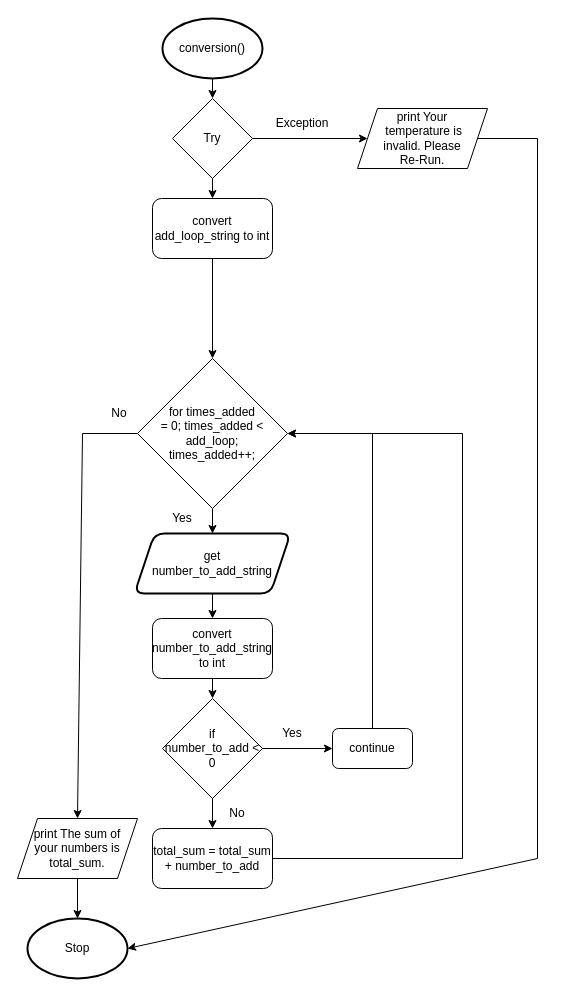
Above: drawio/flowchart.drawio in Aidan-Lalonde-Novales/ICS3U-Unit5-01-Python (draw.io), before the change. Source tidied: cells renumbered, new cells numbered last; positions are measured from the earlier drawing's top-left corner, leaving out a move shared by most shapes. Both pictures are drawn from the tidied source at 100%, with x=0, y=0 at pixel (17, 18).
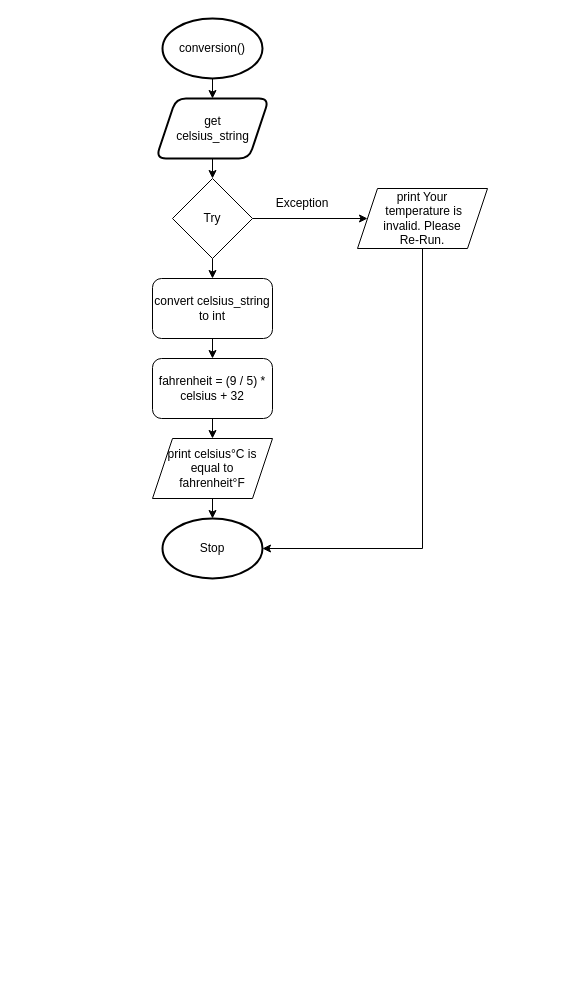
After the change.

Commit message (it also covers changes not shown here):
dope 70 billion

Unchanged cells that the change refers to:
```xml
<mxCell id="3" value="conversion()" style="strokeWidth=2;html=1;shape=mxgraph.flowchart.start_1;whiteSpace=wrap;" parent="1" vertex="1">
  <mxGeometry x="145" width="100" height="60" as="geometry" />
</mxCell>
```

Diff of the diagram source:
```diff
@@
-    <mxCell id="2" style="edgeStyle=none;html=1;exitX=0.5;exitY=1;exitDx=0;exitDy=0;exitPerimeter=0;entryX=0.5;entryY=0;entryDx=0;entryDy=0;" parent="1" edge="1" source="3" target="7">
-      <mxGeometry relative="1" as="geometry" />
-    </mxCell>
+    <mxCell id="33" style="edgeStyle=none;html=1;exitX=0.5;exitY=1;exitDx=0;exitDy=0;exitPerimeter=0;entryX=0.5;entryY=0;entryDx=0;entryDy=0;" parent="1" edge="1" source="3" target="23">
+      <mxGeometry relative="1" as="geometry" />
+    </mxCell>
@@
     <mxCell id="4" value="Stop" style="strokeWidth=2;html=1;shape=mxgraph.flowchart.start_1;whiteSpace=wrap;" parent="1" vertex="1">
-      <mxGeometry x="10" y="900" width="100" height="60" as="geometry" />
+      <mxGeometry x="145" y="500" width="100" height="60" as="geometry" />
     </mxCell>
@@
     <mxCell id="7" value="Try" style="rhombus;whiteSpace=wrap;html=1;" parent="1" vertex="1">
-      <mxGeometry x="155" y="80" width="80" height="80" as="geometry" />
+      <mxGeometry x="155" y="160" width="80" height="80" as="geometry" />
     </mxCell>
-    <mxCell id="8" style="edgeStyle=none;html=1;exitX=1;exitY=0.5;exitDx=0;exitDy=0;entryX=1;entryY=0.5;entryDx=0;entryDy=0;entryPerimeter=0;rounded=0;" parent="1" edge="1" source="9" target="4">
+    <mxCell id="8" style="edgeStyle=none;html=1;exitX=0.5;exitY=1;exitDx=0;exitDy=0;entryX=1;entryY=0.5;entryDx=0;entryDy=0;entryPerimeter=0;rounded=0;" parent="1" edge="1" source="9" target="4">
       <mxGeometry relative="1" as="geometry">
         <Array as="points">
-          <mxPoint x="520" y="120" />
-          <mxPoint x="520" y="840" />
+          <mxPoint x="405" y="530" />
         </Array>
       </mxGeometry>
     </mxCell>
     <mxCell id="9" value="print Your&lt;br&gt;&amp;nbsp;temperature is &lt;br&gt;invalid. Please &lt;br&gt;Re-Run." style="shape=parallelogram;perimeter=parallelogramPerimeter;whiteSpace=wrap;html=1;fixedSize=1;" parent="1" vertex="1">
-      <mxGeometry x="340" y="90" width="130" height="60" as="geometry" />
+      <mxGeometry x="340" y="170" width="130" height="60" as="geometry" />
     </mxCell>
-    <mxCell id="10" style="edgeStyle=none;rounded=0;html=1;exitX=0.5;exitY=1;exitDx=0;exitDy=0;entryX=0.5;entryY=0;entryDx=0;entryDy=0;" parent="1" edge="1" source="11" target="14">
-      <mxGeometry relative="1" as="geometry" />
-    </mxCell>
-    <mxCell id="11" value="convert number_to_add_string to int" style="rounded=1;whiteSpace=wrap;html=1;" parent="1" vertex="1">
-      <mxGeometry x="135" y="600" width="120" height="60" as="geometry" />
-    </mxCell>
-    <mxCell id="12" style="edgeStyle=none;rounded=0;html=1;exitX=1;exitY=0.5;exitDx=0;exitDy=0;entryX=0;entryY=0.5;entryDx=0;entryDy=0;" parent="1" edge="1" source="14" target="18">
-      <mxGeometry relative="1" as="geometry" />
-    </mxCell>
-    <mxCell id="13" style="edgeStyle=none;rounded=0;html=1;exitX=0.5;exitY=1;exitDx=0;exitDy=0;entryX=0.5;entryY=0;entryDx=0;entryDy=0;" parent="1" edge="1" source="14" target="30">
-      <mxGeometry relative="1" as="geometry" />
-    </mxCell>
-    <mxCell id="14" value="if &lt;br&gt;number_to_add &amp;lt; 0" style="rhombus;whiteSpace=wrap;html=1;" parent="1" vertex="1">
-      <mxGeometry x="145" y="680" width="100" height="100" as="geometry" />
-    </mxCell>
@@
-    <mxCell id="16" value="print&amp;nbsp;The sum of &lt;br&gt;your numbers is total_sum." style="shape=parallelogram;perimeter=parallelogramPerimeter;whiteSpace=wrap;html=1;fixedSize=1;" parent="1" vertex="1">
-      <mxGeometry y="800" width="120" height="60" as="geometry" />
+    <mxCell id="16" value="print celsius°C is equal to&lt;br&gt;fahrenheit°F" style="shape=parallelogram;perimeter=parallelogramPerimeter;whiteSpace=wrap;html=1;fixedSize=1;" parent="1" vertex="1">
+      <mxGeometry x="135" y="420" width="120" height="60" as="geometry" />
     </mxCell>
-    <mxCell id="17" style="edgeStyle=none;rounded=0;html=1;exitX=0.5;exitY=0;exitDx=0;exitDy=0;entryX=1;entryY=0.5;entryDx=0;entryDy=0;" parent="1" edge="1" source="18" target="28">
-      <mxGeometry relative="1" as="geometry">
-        <Array as="points">
-          <mxPoint x="355" y="415" />
-        </Array>
-      </mxGeometry>
-    </mxCell>
-    <mxCell id="18" value="continue" style="rounded=1;whiteSpace=wrap;html=1;" parent="1" vertex="1">
-      <mxGeometry x="315" y="710" width="80" height="40" as="geometry" />
-    </mxCell>
-    <mxCell id="19" value="Yes" style="text;html=1;strokeColor=none;fillColor=none;align=center;verticalAlign=middle;whiteSpace=wrap;rounded=0;" parent="1" vertex="1">
-      <mxGeometry x="255" y="700" width="40" height="30" as="geometry" />
-    </mxCell>
-    <mxCell id="20" value="No" style="text;html=1;strokeColor=none;fillColor=none;align=center;verticalAlign=middle;whiteSpace=wrap;rounded=0;" parent="1" vertex="1">
-      <mxGeometry x="205" y="780" width="30" height="30" as="geometry" />
-    </mxCell>
     <mxCell id="21" value="Exception" style="text;html=1;strokeColor=none;fillColor=none;align=center;verticalAlign=middle;whiteSpace=wrap;rounded=0;" parent="1" vertex="1">
-      <mxGeometry x="255" y="90" width="60" height="30" as="geometry" />
+      <mxGeometry x="255" y="170" width="60" height="30" as="geometry" />
     </mxCell>
-    <mxCell id="22" style="edgeStyle=none;rounded=0;html=1;exitX=0.5;exitY=1;exitDx=0;exitDy=0;entryX=0.5;entryY=0;entryDx=0;entryDy=0;" parent="1" edge="1" source="23" target="11">
-      <mxGeometry relative="1" as="geometry" />
-    </mxCell>
+    <mxCell id="34" style="edgeStyle=none;html=1;exitX=0.5;exitY=1;exitDx=0;exitDy=0;entryX=0.5;entryY=0;entryDx=0;entryDy=0;" parent="1" edge="1" source="23" target="7">
+      <mxGeometry relative="1" as="geometry" />
+    </mxCell>
-    <mxCell id="23" value="get &lt;br&gt;number_to_add_string" style="shape=parallelogram;perimeter=parallelogramPerimeter;whiteSpace=wrap;html=1;fixedSize=1;rounded=1;strokeWidth=2;" parent="1" vertex="1">
-      <mxGeometry x="117" y="515" width="156" height="60" as="geometry" />
+    <mxCell id="23" value="get &lt;br&gt;celsius_string" style="shape=parallelogram;perimeter=parallelogramPerimeter;whiteSpace=wrap;html=1;fixedSize=1;rounded=1;strokeWidth=2;" parent="1" vertex="1">
+      <mxGeometry x="138.5" y="80" width="113" height="60" as="geometry" />
     </mxCell>
-    <mxCell id="24" style="edgeStyle=none;rounded=0;html=1;exitX=0.5;exitY=1;exitDx=0;exitDy=0;entryX=0.5;entryY=0;entryDx=0;entryDy=0;" parent="1" edge="1" source="25" target="28">
-      <mxGeometry relative="1" as="geometry" />
-    </mxCell>
+    <mxCell id="35" style="edgeStyle=none;html=1;exitX=0.5;exitY=1;exitDx=0;exitDy=0;entryX=0.5;entryY=0;entryDx=0;entryDy=0;" parent="1" edge="1" source="25" target="30">
+      <mxGeometry relative="1" as="geometry" />
+    </mxCell>
-    <mxCell id="25" value="convert add_loop_string to int" style="rounded=1;whiteSpace=wrap;html=1;" parent="1" vertex="1">
-      <mxGeometry x="135" y="180" width="120" height="60" as="geometry" />
+    <mxCell id="25" value="convert celsius_string to int" style="rounded=1;whiteSpace=wrap;html=1;" parent="1" vertex="1">
+      <mxGeometry x="135" y="260" width="120" height="60" as="geometry" />
     </mxCell>
-    <mxCell id="26" style="edgeStyle=none;rounded=0;html=1;exitX=0.5;exitY=1;exitDx=0;exitDy=0;entryX=0.5;entryY=0;entryDx=0;entryDy=0;" parent="1" edge="1" source="28" target="23">
-      <mxGeometry relative="1" as="geometry" />
-    </mxCell>
-    <mxCell id="27" style="edgeStyle=none;rounded=0;html=1;exitX=0;exitY=0.5;exitDx=0;exitDy=0;entryX=0.5;entryY=0;entryDx=0;entryDy=0;" parent="1" edge="1" source="28" target="16">
-      <mxGeometry relative="1" as="geometry">
-        <Array as="points">
-          <mxPoint x="65" y="415" />
-        </Array>
-      </mxGeometry>
-    </mxCell>
-    <mxCell id="28" value="for times_added &lt;br&gt;= 0; times_added &amp;lt; add_loop; &lt;br&gt;times_added++;" style="rhombus;whiteSpace=wrap;html=1;" parent="1" vertex="1">
-      <mxGeometry x="120" y="340" width="150" height="150" as="geometry" />
-    </mxCell>
-    <mxCell id="29" style="edgeStyle=none;rounded=0;html=1;exitX=1;exitY=0.5;exitDx=0;exitDy=0;entryX=1;entryY=0.5;entryDx=0;entryDy=0;" parent="1" edge="1" source="30" target="28">
-      <mxGeometry relative="1" as="geometry">
-        <Array as="points">
-          <mxPoint x="445" y="840" />
-          <mxPoint x="445" y="415" />
-        </Array>
-      </mxGeometry>
-    </mxCell>
+    <mxCell id="36" style="edgeStyle=none;html=1;exitX=0.5;exitY=1;exitDx=0;exitDy=0;entryX=0.5;entryY=0;entryDx=0;entryDy=0;" parent="1" edge="1" source="30" target="16">
+      <mxGeometry relative="1" as="geometry" />
+    </mxCell>
-    <mxCell id="30" value="total_sum = total_sum + number_to_add" style="rounded=1;whiteSpace=wrap;html=1;" parent="1" vertex="1">
-      <mxGeometry x="135" y="810" width="120" height="60" as="geometry" />
+    <mxCell id="30" value="fahrenheit = (9 / 5) * celsius + 32" style="rounded=1;whiteSpace=wrap;html=1;" parent="1" vertex="1">
+      <mxGeometry x="135" y="340" width="120" height="60" as="geometry" />
     </mxCell>
-    <mxCell id="31" value="Yes" style="text;html=1;strokeColor=none;fillColor=none;align=center;verticalAlign=middle;whiteSpace=wrap;rounded=0;" parent="1" vertex="1">
-      <mxGeometry x="145" y="485" width="40" height="30" as="geometry" />
-    </mxCell>
-    <mxCell id="32" value="No" style="text;html=1;strokeColor=none;fillColor=none;align=center;verticalAlign=middle;whiteSpace=wrap;rounded=0;" parent="1" vertex="1">
-      <mxGeometry x="87" y="380" width="30" height="30" as="geometry" />
-    </mxCell>
```
